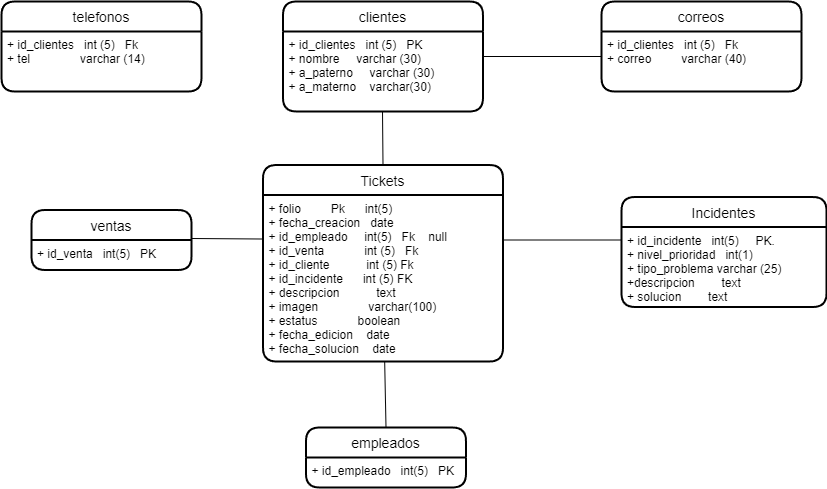
The draw.io diagram documentacion/logico relacional.png in dani-to/API-Helpdesk, before a commit. Source tidied: cells renumbered, new cells last; positions are measured from the earlier drawing's top-left corner, leaving out a move shared by most shapes. Source of this version:
```xml
<mxGraphModel>
  <root>
    <mxCell id="0" />
    <mxCell id="1" parent="0" />
    <mxCell id="2" value="Tickets" style="swimlane;horizontal=1;startSize=30;rounded=1;fontSize=14;fontStyle=0;strokeWidth=2;shadow=0;dashed=0;align=center;" parent="1" vertex="1">
      <mxGeometry x="261.5" y="163.5" width="240" height="196.5" as="geometry" />
    </mxCell>
    <mxCell id="3" style="endArrow=none;html=1;rounded=0;" parent="2" edge="1">
      <mxGeometry relative="1" as="geometry">
        <mxPoint x="-71.5" y="73.5" as="sourcePoint" />
        <mxPoint x="-1.5" y="74" as="targetPoint" />
      </mxGeometry>
    </mxCell>
    <mxCell id="4" value="+ folio         Pk      int(5)&#10;+ fecha_creacion   date&#10;+ id_empleado     int(5)   Fk    null&#10;+ id_venta            int (5)   Fk&#10;+ id_cliente           int (5) Fk&#10;+ id_incidente      int (5) FK&#10;+ descripcion           text&#10;+ imagen               varchar(100)&#10;+ estatus            boolean&#10;+ fecha_edicion    date&#10;+ fecha_solucion    date&#10;&#10;" style="align=left;strokeColor=none;fillColor=none;spacingLeft=4;fontSize=12;verticalAlign=top;" parent="2" vertex="1">
      <mxGeometry y="30" width="240" height="166.5" as="geometry" />
    </mxCell>
    <mxCell id="5" style="line;strokeWidth=1;dashed=0;labelPosition=right;align=left;verticalAlign=middle;spacingTop=0;spacingLeft=6;" parent="1" vertex="1">
      <mxGeometry x="501.5" y="233.5" width="118.5" height="10" as="geometry" />
    </mxCell>
    <mxCell id="6" value="Incidentes" style="swimlane;horizontal=1;startSize=30;rounded=1;fontSize=14;fontStyle=0;strokeWidth=2;shadow=0;dashed=0;align=center;" parent="1" vertex="1">
      <mxGeometry x="620" y="195.5" width="205" height="110" as="geometry" />
    </mxCell>
    <mxCell id="7" value="+ id_incidente   int(5)     PK.   &#10;+ nivel_prioridad   int(1) &#10;+ tipo_problema varchar (25)&#10;+descripcion        text&#10;+ solucion        text  &#10;" style="align=left;strokeColor=none;fillColor=none;spacingLeft=4;fontSize=12;verticalAlign=top;" parent="6" vertex="1">
      <mxGeometry y="30" width="205" height="80" as="geometry" />
    </mxCell>
    <mxCell id="8" value="clientes" style="swimlane;horizontal=1;startSize=30;rounded=1;fontSize=14;fontStyle=0;strokeWidth=2;shadow=0;dashed=0;align=center;" parent="1" vertex="1">
      <mxGeometry x="281.5" width="200" height="110" as="geometry" />
    </mxCell>
    <mxCell id="9" value="+ id_clientes   int (5)   PK&#10;+ nombre     varchar (30)&#10;+ a_paterno     varchar (30)&#10;+ a_materno    varchar(30)" style="align=left;strokeColor=none;fillColor=none;spacingLeft=4;fontSize=12;verticalAlign=top;" parent="8" vertex="1">
      <mxGeometry y="30" width="200" height="80" as="geometry" />
    </mxCell>
    <mxCell id="10" value="empleados" style="swimlane;horizontal=1;startSize=30;rounded=1;fontSize=14;fontStyle=0;strokeWidth=2;shadow=0;dashed=0;align=center;" parent="1" vertex="1">
      <mxGeometry x="304.5" y="426" width="160" height="60" as="geometry" />
    </mxCell>
    <mxCell id="11" value="+ id_empleado   int(5)   PK" style="align=left;strokeColor=none;fillColor=none;spacingLeft=4;fontSize=12;verticalAlign=top;" parent="10" vertex="1">
      <mxGeometry y="30" width="160" height="30" as="geometry" />
    </mxCell>
    <mxCell id="12" value="ventas" style="swimlane;horizontal=1;startSize=30;rounded=1;fontSize=14;fontStyle=0;strokeWidth=2;shadow=0;dashed=0;align=center;" parent="1" vertex="1">
      <mxGeometry x="30" y="208.5" width="160" height="60" as="geometry" />
    </mxCell>
    <mxCell id="13" value="+ id_venta   int(5)   PK" style="align=left;strokeColor=none;fillColor=none;spacingLeft=4;fontSize=12;verticalAlign=top;" parent="12" vertex="1">
      <mxGeometry y="30" width="160" height="30" as="geometry" />
    </mxCell>
    <mxCell id="14" style="endArrow=none;html=1;rounded=0;entryX=0.5;entryY=0;entryDx=0;entryDy=0;" parent="1" edge="1" target="2">
      <mxGeometry relative="1" as="geometry">
        <mxPoint x="381" y="110" as="sourcePoint" />
      </mxGeometry>
    </mxCell>
    <mxCell id="15" style="endArrow=none;html=1;rounded=0;entryX=0.5;entryY=0;entryDx=0;entryDy=0;" parent="1" edge="1" source="4" target="10">
      <mxGeometry relative="1" as="geometry" />
    </mxCell>
    <mxCell id="16" value="correos" style="swimlane;horizontal=1;startSize=30;rounded=1;fontSize=14;fontStyle=0;strokeWidth=2;shadow=0;dashed=0;align=center;" parent="1" vertex="1">
      <mxGeometry x="600" width="200" height="90" as="geometry" />
    </mxCell>
    <mxCell id="17" value="+ id_clientes   int (5)   Fk&#10;+ correo         varchar (40)&#10;&#10;" style="align=left;strokeColor=none;fillColor=none;spacingLeft=4;fontSize=12;verticalAlign=top;" parent="16" vertex="1">
      <mxGeometry y="30" width="200" height="60" as="geometry" />
    </mxCell>
    <mxCell id="18" style="line;strokeWidth=1;dashed=0;labelPosition=right;align=left;verticalAlign=middle;spacingTop=0;spacingLeft=6;" parent="1" vertex="1">
      <mxGeometry x="481.5" y="50" width="118.5" height="10" as="geometry" />
    </mxCell>
    <mxCell id="19" value="telefonos" style="swimlane;horizontal=1;startSize=30;rounded=1;fontSize=14;fontStyle=0;strokeWidth=2;shadow=0;dashed=0;align=center;" parent="1" vertex="1">
      <mxGeometry width="200" height="90" as="geometry" />
    </mxCell>
    <mxCell id="20" value="+ id_clientes   int (5)   Fk&#10;+ tel               varchar (14)&#10;" style="align=left;strokeColor=none;fillColor=none;spacingLeft=4;fontSize=12;verticalAlign=top;" parent="19" vertex="1">
      <mxGeometry y="30" width="200" height="60" as="geometry" />
    </mxCell>
  </root>
</mxGraphModel>
```
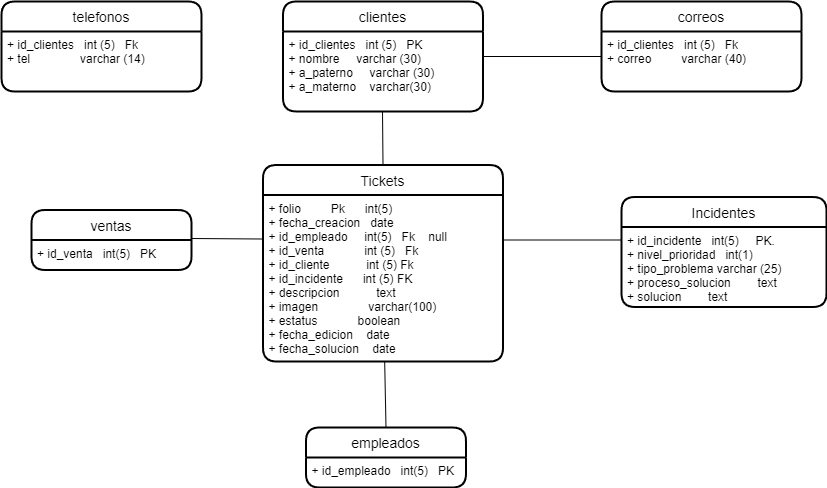
After the commit.

Change to the diagram source:
```diff
@@ -20,7 +20,7 @@
     <mxCell id="6" value="Incidentes" style="swimlane;horizontal=1;startSize=30;rounded=1;fontSize=14;fontStyle=0;strokeWidth=2;shadow=0;dashed=0;align=center;" parent="1" vertex="1">
       <mxGeometry x="620" y="195.5" width="205" height="110" as="geometry" />
     </mxCell>
-    <mxCell id="7" value="+ id_incidente   int(5)     PK.   &#10;+ nivel_prioridad   int(1) &#10;+ tipo_problema varchar (25)&#10;+descripcion        text&#10;+ solucion        text  &#10;" style="align=left;strokeColor=none;fillColor=none;spacingLeft=4;fontSize=12;verticalAlign=top;" parent="6" vertex="1">
+    <mxCell id="7" value="+ id_incidente   int(5)     PK.   &#10;+ nivel_prioridad   int(1) &#10;+ tipo_problema varchar (25)&#10;+ proceso_solucion        text&#10;+ solucion        text  &#10;" style="align=left;strokeColor=none;fillColor=none;spacingLeft=4;fontSize=12;verticalAlign=top;" parent="6" vertex="1">
       <mxGeometry y="30" width="205" height="80" as="geometry" />
     </mxCell>
     <mxCell id="8" value="clientes" style="swimlane;horizontal=1;startSize=30;rounded=1;fontSize=14;fontStyle=0;strokeWidth=2;shadow=0;dashed=0;align=center;" parent="1" vertex="1">
```
